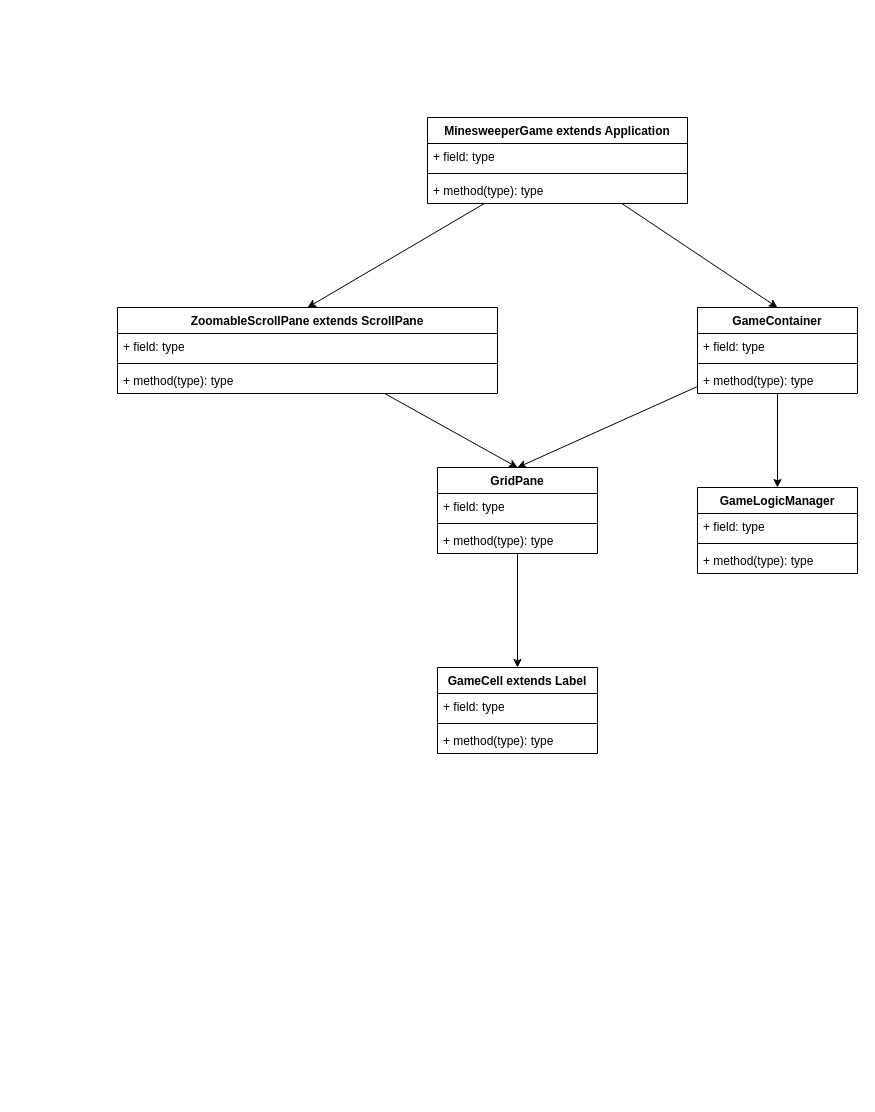
This is page "Program Objects" (4 of 4) of docs/minesweeperfx.drawio from ambertia/MinesweeperFX, a draw.io file, before an edit. Source tidied: cells renumbered, new cells numbered last; positions are measured from the earlier drawing's top-left corner, leaving out a move shared by most shapes. Both pictures are drawn from the tidied source at 100%, with x=0, y=0 at pixel (117, -347).
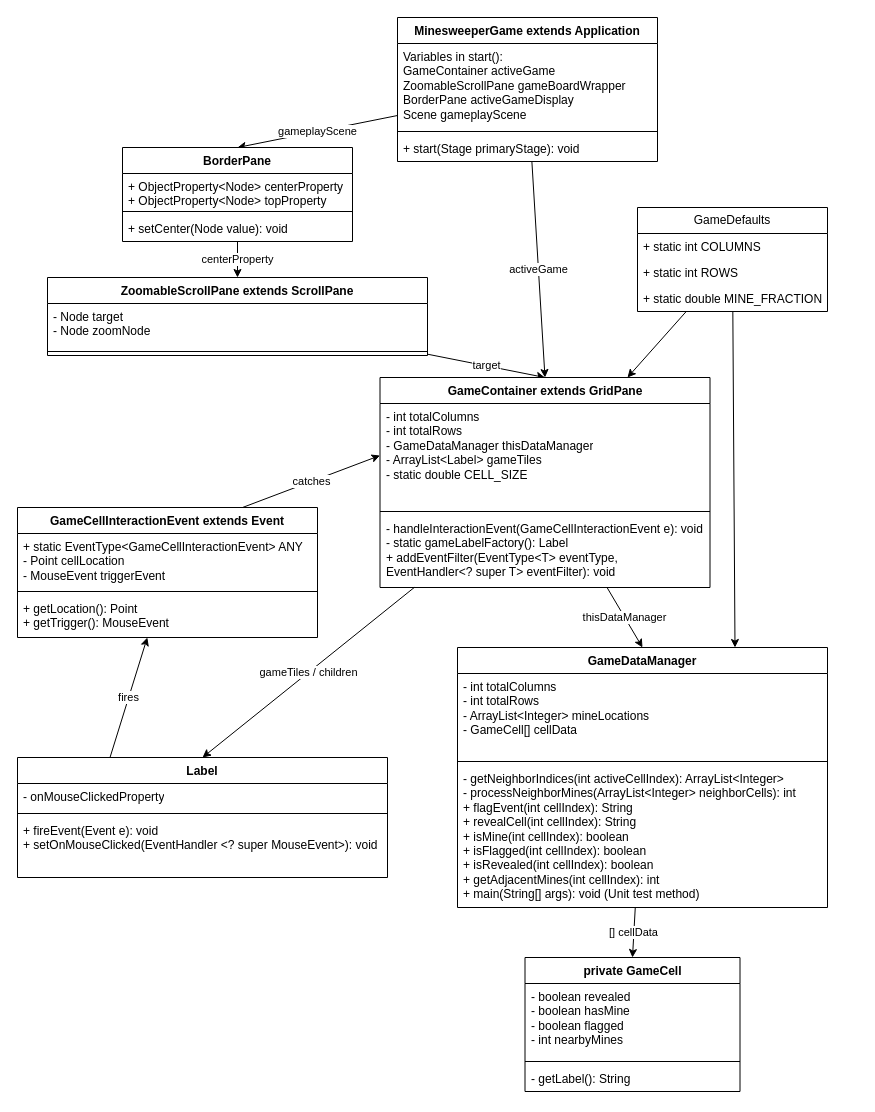
Above is the later version.

What changed in the source:
```diff
@@
-    <mxCell id="5" style="rounded=0;jettySize=auto;html=1;entryX=0.5;entryY=0;entryDx=0;entryDy=0;" parent="1" edge="1" source="7" target="12">
+    <mxCell id="5" value="gameplayScene" style="rounded=0;jettySize=auto;html=1;entryX=0.5;entryY=0;entryDx=0;entryDy=0;" parent="1" edge="1" source="7" target="40">
       <mxGeometry relative="1" as="geometry" />
     </mxCell>
-    <mxCell id="6" style="rounded=0;jettySize=auto;html=1;entryX=0.5;entryY=0;entryDx=0;entryDy=0;" parent="1" edge="1" source="7" target="27">
-      <mxGeometry relative="1" as="geometry" />
-    </mxCell>
+    <mxCell id="35" value="activeGame" style="rounded=0;jettySize=auto;html=1;entryX=0.5;entryY=0;entryDx=0;entryDy=0;" parent="1" edge="1" source="7" target="17">
+      <mxGeometry relative="1" as="geometry" />
+    </mxCell>
     <mxCell id="7" value="MinesweeperGame extends Application" style="swimlane;fontStyle=1;align=center;verticalAlign=top;horizontal=1;startSize=26;whiteSpace=wrap;html=1;" parent="1" vertex="1">
-      <mxGeometry x="310" y="464" width="260" height="86" as="geometry" />
+      <mxGeometry x="280" y="364" width="260" height="144" as="geometry" />
     </mxCell>
-    <mxCell id="8" value="+ field: type" style="text;strokeColor=none;fillColor=none;align=left;verticalAlign=top;spacingLeft=4;spacingRight=4;overflow=hidden;whiteSpace=wrap;html=1;" parent="7" vertex="1">
-      <mxGeometry y="26" width="260" height="26" as="geometry" />
+    <mxCell id="8" value="Variables in start():&lt;br&gt;GameContainer activeGame&lt;br&gt;ZoomableScrollPane gameBoardWrapper&lt;br&gt;BorderPane activeGameDisplay&lt;br&gt;Scene gameplayScene" style="text;strokeColor=none;fillColor=none;align=left;verticalAlign=top;spacingLeft=4;spacingRight=4;overflow=hidden;whiteSpace=wrap;html=1;" parent="7" vertex="1">
+      <mxGeometry y="26" width="260" height="84" as="geometry" />
     </mxCell>
     <mxCell id="9" style="line;strokeWidth=1;fillColor=none;align=left;verticalAlign=middle;spacingTop=-1;spacingLeft=3;spacingRight=3;labelPosition=right;strokeColor=inherit;" parent="7" vertex="1">
-      <mxGeometry y="52" width="260" height="8" as="geometry" />
+      <mxGeometry y="110" width="260" height="8" as="geometry" />
     </mxCell>
-    <mxCell id="10" value="+ method(type): type" style="text;strokeColor=none;fillColor=none;align=left;verticalAlign=top;spacingLeft=4;spacingRight=4;overflow=hidden;whiteSpace=wrap;html=1;" parent="7" vertex="1">
-      <mxGeometry y="60" width="260" height="26" as="geometry" />
+    <mxCell id="10" value="+ start(Stage primaryStage): void" style="text;strokeColor=none;fillColor=none;align=left;verticalAlign=top;spacingLeft=4;spacingRight=4;overflow=hidden;whiteSpace=wrap;html=1;" parent="7" vertex="1">
+      <mxGeometry y="118" width="260" height="26" as="geometry" />
     </mxCell>
-    <mxCell id="11" style="rounded=0;jettySize=auto;html=1;entryX=0.5;entryY=0;entryDx=0;entryDy=0;" parent="1" edge="1" source="12" target="17">
+    <mxCell id="11" value="target" style="rounded=0;jettySize=auto;html=1;entryX=0.5;entryY=0;entryDx=0;entryDy=0;" parent="1" edge="1" source="12" target="17">
       <mxGeometry relative="1" as="geometry" />
     </mxCell>
     <mxCell id="12" value="ZoomableScrollPane extends ScrollPane" style="swimlane;fontStyle=1;align=center;verticalAlign=top;horizontal=1;startSize=26;whiteSpace=wrap;html=1;" parent="1" vertex="1">
-      <mxGeometry y="654" width="380" height="86" as="geometry" />
+      <mxGeometry x="-70" y="624" width="380" height="78" as="geometry" />
     </mxCell>
-    <mxCell id="13" value="+ field: type" style="text;strokeColor=none;fillColor=none;align=left;verticalAlign=top;spacingLeft=4;spacingRight=4;overflow=hidden;whiteSpace=wrap;html=1;" parent="12" vertex="1">
-      <mxGeometry y="26" width="380" height="26" as="geometry" />
+    <mxCell id="13" value="- Node target&lt;br&gt;- Node zoomNode" style="text;strokeColor=none;fillColor=none;align=left;verticalAlign=top;spacingLeft=4;spacingRight=4;overflow=hidden;whiteSpace=wrap;html=1;" parent="12" vertex="1">
+      <mxGeometry y="26" width="380" height="44" as="geometry" />
     </mxCell>
     <mxCell id="14" style="line;strokeWidth=1;fillColor=none;align=left;verticalAlign=middle;spacingTop=-1;spacingLeft=3;spacingRight=3;labelPosition=right;strokeColor=inherit;" parent="12" vertex="1">
-      <mxGeometry y="52" width="380" height="8" as="geometry" />
+      <mxGeometry y="70" width="380" height="8" as="geometry" />
     </mxCell>
-    <mxCell id="15" value="+ method(type): type" style="text;strokeColor=none;fillColor=none;align=left;verticalAlign=top;spacingLeft=4;spacingRight=4;overflow=hidden;whiteSpace=wrap;html=1;" parent="12" vertex="1">
-      <mxGeometry y="60" width="380" height="26" as="geometry" />
-    </mxCell>
-    <mxCell id="16" style="rounded=0;jettySize=auto;html=1;entryX=0.5;entryY=0;entryDx=0;entryDy=0;" parent="1" edge="1" source="17" target="21">
+    <mxCell id="16" value="gameTiles / children" style="rounded=0;jettySize=auto;html=1;entryX=0.5;entryY=0;entryDx=0;entryDy=0;" parent="1" edge="1" source="17" target="21">
       <mxGeometry relative="1" as="geometry" />
     </mxCell>
+    <mxCell id="36" value="thisDataManager" style="rounded=0;jettySize=auto;html=1;entryX=0.5;entryY=0;entryDx=0;entryDy=0;" parent="1" edge="1" source="17" target="31">
+      <mxGeometry relative="1" as="geometry" />
+    </mxCell>
-    <mxCell id="17" value="GridPane" style="swimlane;fontStyle=1;align=center;verticalAlign=top;horizontal=1;startSize=26;whiteSpace=wrap;html=1;" parent="1" vertex="1">
-      <mxGeometry x="320" y="814" width="160" height="86" as="geometry" />
+    <mxCell id="17" value="GameContainer extends GridPane" style="swimlane;fontStyle=1;align=center;verticalAlign=top;horizontal=1;startSize=26;whiteSpace=wrap;html=1;" parent="1" vertex="1">
+      <mxGeometry x="262.5" y="724" width="330" height="210" as="geometry" />
     </mxCell>
-    <mxCell id="18" value="+ field: type" style="text;strokeColor=none;fillColor=none;align=left;verticalAlign=top;spacingLeft=4;spacingRight=4;overflow=hidden;points=[[0,0.5],[1,0.5]];portConstraint=eastwest;whiteSpace=wrap;html=1;" parent="17" vertex="1">
-      <mxGeometry y="26" width="160" height="26" as="geometry" />
+    <mxCell id="18" value="- int totalColumns&lt;br&gt;- int totalRows&lt;br&gt;- GameDataManager thisDataManager&lt;br&gt;- ArrayList&amp;lt;Label&amp;gt; gameTiles&lt;br&gt;- static double CELL_SIZE" style="text;strokeColor=none;fillColor=none;align=left;verticalAlign=top;spacingLeft=4;spacingRight=4;overflow=hidden;points=[[0,0.5],[1,0.5]];portConstraint=eastwest;whiteSpace=wrap;html=1;" parent="17" vertex="1">
+      <mxGeometry y="26" width="330" height="104" as="geometry" />
     </mxCell>
     <mxCell id="19" style="line;strokeWidth=1;fillColor=none;align=left;verticalAlign=middle;spacingTop=-1;spacingLeft=3;spacingRight=3;labelPosition=right;strokeColor=inherit;" parent="17" vertex="1">
-      <mxGeometry y="52" width="160" height="8" as="geometry" />
+      <mxGeometry y="130" width="330" height="8" as="geometry" />
     </mxCell>
-    <mxCell id="20" value="+ method(type): type" style="text;strokeColor=none;fillColor=none;align=left;verticalAlign=top;spacingLeft=4;spacingRight=4;overflow=hidden;whiteSpace=wrap;html=1;" parent="17" vertex="1">
-      <mxGeometry y="60" width="160" height="26" as="geometry" />
+    <mxCell id="20" value="- handleInteractionEvent(GameCellInteractionEvent e): void&lt;br&gt;- static gameLabelFactory(): Label&lt;br&gt;+ addEventFilter(EventType&amp;lt;T&amp;gt; eventType, EventHandler&amp;lt;? super T&amp;gt; eventFilter): void" style="text;strokeColor=none;fillColor=none;align=left;verticalAlign=top;spacingLeft=4;spacingRight=4;overflow=hidden;whiteSpace=wrap;html=1;" parent="17" vertex="1">
+      <mxGeometry y="138" width="330" height="72" as="geometry" />
     </mxCell>
+    <mxCell id="37" value="fires" style="rounded=0;jettySize=auto;html=1;exitX=0.25;exitY=0;exitDx=0;exitDy=0;" parent="1" edge="1" source="21" target="45">
+      <mxGeometry relative="1" as="geometry" />
+    </mxCell>
-    <mxCell id="21" value="GameCell extends Label" style="swimlane;fontStyle=1;align=center;verticalAlign=top;horizontal=1;startSize=26;whiteSpace=wrap;html=1;" parent="1" vertex="1">
-      <mxGeometry x="320" y="1014" width="160" height="86" as="geometry" />
+    <mxCell id="21" value="Label" style="swimlane;fontStyle=1;align=center;verticalAlign=top;horizontal=1;startSize=26;whiteSpace=wrap;html=1;" parent="1" vertex="1">
+      <mxGeometry x="-100" y="1104" width="370" height="120" as="geometry" />
     </mxCell>
-    <mxCell id="22" value="+ field: type" style="text;strokeColor=none;fillColor=none;align=left;verticalAlign=top;spacingLeft=4;spacingRight=4;overflow=hidden;whiteSpace=wrap;html=1;" parent="21" vertex="1">
-      <mxGeometry y="26" width="160" height="26" as="geometry" />
+    <mxCell id="22" value="- onMouseClickedProperty" style="text;strokeColor=none;fillColor=none;align=left;verticalAlign=top;spacingLeft=4;spacingRight=4;overflow=hidden;whiteSpace=wrap;html=1;" parent="21" vertex="1">
+      <mxGeometry y="26" width="370" height="26" as="geometry" />
     </mxCell>
     <mxCell id="23" style="line;strokeWidth=1;fillColor=none;align=left;verticalAlign=middle;spacingTop=-1;spacingLeft=3;spacingRight=3;labelPosition=right;strokeColor=inherit;" parent="21" vertex="1">
-      <mxGeometry y="52" width="160" height="8" as="geometry" />
+      <mxGeometry y="52" width="370" height="8" as="geometry" />
     </mxCell>
-    <mxCell id="24" value="+ method(type): type" style="text;strokeColor=none;fillColor=none;align=left;verticalAlign=top;spacingLeft=4;spacingRight=4;overflow=hidden;whiteSpace=wrap;html=1;" parent="21" vertex="1">
-      <mxGeometry y="60" width="160" height="26" as="geometry" />
+    <mxCell id="24" value="+ fireEvent(Event e): void&lt;br&gt;+ setOnMouseClicked(EventHandler &amp;lt;? super MouseEvent&amp;gt;): void" style="text;strokeColor=none;fillColor=none;align=left;verticalAlign=top;spacingLeft=4;spacingRight=4;overflow=hidden;whiteSpace=wrap;html=1;" parent="21" vertex="1">
+      <mxGeometry y="60" width="370" height="60" as="geometry" />
     </mxCell>
-    <mxCell id="25" style="rounded=0;jettySize=auto;html=1;entryX=0.5;entryY=0;entryDx=0;entryDy=0;" parent="1" edge="1" source="27" target="17">
-      <mxGeometry relative="1" as="geometry" />
-    </mxCell>
-    <mxCell id="26" style="rounded=0;jettySize=auto;html=1;entryX=0.5;entryY=0;entryDx=0;entryDy=0;" parent="1" edge="1" source="27" target="31">
-      <mxGeometry relative="1" as="geometry" />
-    </mxCell>
-    <mxCell id="27" value="GameContainer" style="swimlane;fontStyle=1;align=center;verticalAlign=top;horizontal=1;startSize=26;whiteSpace=wrap;html=1;" parent="1" vertex="1">
-      <mxGeometry x="580" y="654" width="160" height="86" as="geometry" />
-    </mxCell>
-    <mxCell id="28" value="+ field: type" style="text;strokeColor=none;fillColor=none;align=left;verticalAlign=top;spacingLeft=4;spacingRight=4;overflow=hidden;whiteSpace=wrap;html=1;" parent="27" vertex="1">
-      <mxGeometry y="26" width="160" height="26" as="geometry" />
-    </mxCell>
-    <mxCell id="29" style="line;strokeWidth=1;fillColor=none;align=left;verticalAlign=middle;spacingTop=-1;spacingLeft=3;spacingRight=3;labelPosition=right;strokeColor=inherit;" parent="27" vertex="1">
-      <mxGeometry y="52" width="160" height="8" as="geometry" />
-    </mxCell>
-    <mxCell id="30" value="+ method(type): type" style="text;strokeColor=none;fillColor=none;align=left;verticalAlign=top;spacingLeft=4;spacingRight=4;overflow=hidden;whiteSpace=wrap;html=1;" parent="27" vertex="1">
-      <mxGeometry y="60" width="160" height="26" as="geometry" />
-    </mxCell>
+    <mxCell id="38" value="[] cellData" style="rounded=0;jettySize=auto;html=1;entryX=0.5;entryY=0;entryDx=0;entryDy=0;" parent="1" edge="1" source="31" target="49">
+      <mxGeometry relative="1" as="geometry" />
+    </mxCell>
-    <mxCell id="31" value="GameLogicManager" style="swimlane;fontStyle=1;align=center;verticalAlign=top;horizontal=1;startSize=26;whiteSpace=wrap;html=1;" parent="1" vertex="1">
-      <mxGeometry x="580" y="834" width="160" height="86" as="geometry" />
+    <mxCell id="31" value="GameDataManager" style="swimlane;fontStyle=1;align=center;verticalAlign=top;horizontal=1;startSize=26;whiteSpace=wrap;html=1;" parent="1" vertex="1">
+      <mxGeometry x="340" y="994" width="370" height="260" as="geometry" />
     </mxCell>
-    <mxCell id="32" value="+ field: type" style="text;strokeColor=none;fillColor=none;align=left;verticalAlign=top;spacingLeft=4;spacingRight=4;overflow=hidden;whiteSpace=wrap;html=1;" parent="31" vertex="1">
-      <mxGeometry y="26" width="160" height="26" as="geometry" />
+    <mxCell id="32" value="- int totalColumns&lt;br&gt;- int totalRows&lt;br&gt;- ArrayList&amp;lt;Integer&amp;gt; mineLocations&lt;br&gt;- GameCell[] cellData" style="text;strokeColor=none;fillColor=none;align=left;verticalAlign=top;spacingLeft=4;spacingRight=4;overflow=hidden;whiteSpace=wrap;html=1;" parent="31" vertex="1">
+      <mxGeometry y="26" width="370" height="84" as="geometry" />
     </mxCell>
     <mxCell id="33" style="line;strokeWidth=1;fillColor=none;align=left;verticalAlign=middle;spacingTop=-1;spacingLeft=3;spacingRight=3;labelPosition=right;strokeColor=inherit;" parent="31" vertex="1">
-      <mxGeometry y="52" width="160" height="8" as="geometry" />
+      <mxGeometry y="110" width="370" height="8" as="geometry" />
     </mxCell>
-    <mxCell id="34" value="+ method(type): type" style="text;strokeColor=none;fillColor=none;align=left;verticalAlign=top;spacingLeft=4;spacingRight=4;overflow=hidden;whiteSpace=wrap;html=1;" parent="31" vertex="1">
-      <mxGeometry y="60" width="160" height="26" as="geometry" />
+    <mxCell id="34" value="- getNeighborIndices(int activeCellIndex): ArrayList&amp;lt;Integer&amp;gt;&lt;br&gt;- processNeighborMines(ArrayList&amp;lt;Integer&amp;gt; neighborCells): int&lt;br&gt;+ flagEvent(int cellIndex): String&lt;br&gt;+ revealCell(int cellIndex): String&lt;br&gt;+ isMine(int cellIndex): boolean&lt;br&gt;+ isFlagged(int cellIndex): boolean&lt;br&gt;+ isRevealed(int cellIndex): boolean&lt;br&gt;+ getAdjacentMines(int cellIndex): int&lt;br&gt;+ main(String[] args): void (Unit test method)" style="text;strokeColor=none;fillColor=none;align=left;verticalAlign=top;spacingLeft=4;spacingRight=4;overflow=hidden;whiteSpace=wrap;html=1;" parent="31" vertex="1">
+      <mxGeometry y="118" width="370" height="142" as="geometry" />
     </mxCell>
+    <mxCell id="39" value="centerProperty" style="rounded=0;jettySize=auto;html=1;entryX=0.5;entryY=0;entryDx=0;entryDy=0;" parent="1" edge="1" source="40" target="12">
+      <mxGeometry relative="1" as="geometry" />
+    </mxCell>
+    <mxCell id="40" value="BorderPane" style="swimlane;fontStyle=1;align=center;verticalAlign=top;horizontal=1;startSize=26;whiteSpace=wrap;html=1;" parent="1" vertex="1">
+      <mxGeometry x="5" y="494" width="230" height="94" as="geometry" />
+    </mxCell>
+    <mxCell id="41" value="+ ObjectProperty&amp;lt;Node&amp;gt; centerProperty&lt;br&gt;+ ObjectProperty&amp;lt;Node&amp;gt; topProperty" style="text;strokeColor=none;fillColor=none;align=left;verticalAlign=top;spacingLeft=4;spacingRight=4;overflow=hidden;whiteSpace=wrap;html=1;" parent="40" vertex="1">
+      <mxGeometry y="26" width="230" height="34" as="geometry" />
+    </mxCell>
+    <mxCell id="42" style="line;strokeWidth=1;fillColor=none;align=left;verticalAlign=middle;spacingTop=-1;spacingLeft=3;spacingRight=3;labelPosition=right;strokeColor=inherit;" parent="40" vertex="1">
+      <mxGeometry y="60" width="230" height="8" as="geometry" />
+    </mxCell>
+    <mxCell id="43" value="+ setCenter(Node value): void" style="text;strokeColor=none;fillColor=none;align=left;verticalAlign=top;spacingLeft=4;spacingRight=4;overflow=hidden;whiteSpace=wrap;html=1;" parent="40" vertex="1">
+      <mxGeometry y="68" width="230" height="26" as="geometry" />
+    </mxCell>
+    <mxCell id="44" value="catches" style="rounded=0;jettySize=auto;html=1;exitX=0.75;exitY=0;exitDx=0;exitDy=0;entryX=0;entryY=0.5;entryDx=0;entryDy=0;" parent="1" edge="1" source="45" target="18">
+      <mxGeometry relative="1" as="geometry" />
+    </mxCell>
+    <mxCell id="45" value="GameCellInteractionEvent extends Event" style="swimlane;fontStyle=1;align=center;verticalAlign=top;horizontal=1;startSize=26;whiteSpace=wrap;html=1;" parent="1" vertex="1">
+      <mxGeometry x="-100" y="854" width="300" height="130" as="geometry" />
+    </mxCell>
+    <mxCell id="46" value="+ static EventType&amp;lt;GameCellInteractionEvent&amp;gt; ANY&lt;br&gt;- Point cellLocation&lt;br&gt;- MouseEvent triggerEvent" style="text;strokeColor=none;fillColor=none;align=left;verticalAlign=top;spacingLeft=4;spacingRight=4;overflow=hidden;whiteSpace=wrap;html=1;" parent="45" vertex="1">
+      <mxGeometry y="26" width="300" height="54" as="geometry" />
+    </mxCell>
+    <mxCell id="47" style="line;strokeWidth=1;fillColor=none;align=left;verticalAlign=middle;spacingTop=-1;spacingLeft=3;spacingRight=3;labelPosition=right;strokeColor=inherit;" parent="45" vertex="1">
+      <mxGeometry y="80" width="300" height="8" as="geometry" />
+    </mxCell>
+    <mxCell id="48" value="+ getLocation(): Point&lt;br&gt;+ getTrigger(): MouseEvent" style="text;strokeColor=none;fillColor=none;align=left;verticalAlign=top;spacingLeft=4;spacingRight=4;overflow=hidden;whiteSpace=wrap;html=1;" parent="45" vertex="1">
+      <mxGeometry y="88" width="300" height="42" as="geometry" />
+    </mxCell>
+    <mxCell id="49" value="private GameCell" style="swimlane;fontStyle=1;align=center;verticalAlign=top;horizontal=1;startSize=26;whiteSpace=wrap;html=1;" parent="1" vertex="1">
+      <mxGeometry x="407.5" y="1304" width="215" height="134" as="geometry" />
+    </mxCell>
+    <mxCell id="50" value="- boolean revealed&lt;br&gt;- boolean hasMine&lt;br&gt;- boolean flagged&lt;br&gt;- int nearbyMines" style="text;strokeColor=none;fillColor=none;align=left;verticalAlign=top;spacingLeft=4;spacingRight=4;overflow=hidden;whiteSpace=wrap;html=1;" parent="49" vertex="1">
+      <mxGeometry y="26" width="215" height="74" as="geometry" />
+    </mxCell>
+    <mxCell id="51" style="line;strokeWidth=1;fillColor=none;align=left;verticalAlign=middle;spacingTop=-1;spacingLeft=3;spacingRight=3;labelPosition=right;strokeColor=inherit;" parent="49" vertex="1">
+      <mxGeometry y="100" width="215" height="8" as="geometry" />
+    </mxCell>
+    <mxCell id="52" value="- getLabel(): String" style="text;strokeColor=none;fillColor=none;align=left;verticalAlign=top;spacingLeft=4;spacingRight=4;overflow=hidden;whiteSpace=wrap;html=1;" parent="49" vertex="1">
+      <mxGeometry y="108" width="215" height="26" as="geometry" />
+    </mxCell>
+    <mxCell id="53" style="rounded=0;jettySize=auto;html=1;entryX=0.75;entryY=0;entryDx=0;entryDy=0;" parent="1" edge="1" source="55" target="17">
+      <mxGeometry relative="1" as="geometry" />
+    </mxCell>
+    <mxCell id="54" style="rounded=0;jettySize=auto;html=1;entryX=0.75;entryY=0;entryDx=0;entryDy=0;" parent="1" edge="1" source="55" target="31">
+      <mxGeometry relative="1" as="geometry" />
+    </mxCell>
+    <mxCell id="55" value="GameDefaults" style="swimlane;fontStyle=0;horizontal=1;startSize=26;fillColor=none;whiteSpace=wrap;html=1;" parent="1" vertex="1">
+      <mxGeometry x="520" y="554" width="190" height="104" as="geometry" />
+    </mxCell>
+    <mxCell id="56" value="+ static int COLUMNS" style="text;strokeColor=none;fillColor=none;align=left;verticalAlign=top;spacingLeft=4;spacingRight=4;overflow=hidden;whiteSpace=wrap;html=1;" parent="55" vertex="1">
+      <mxGeometry y="26" width="190" height="26" as="geometry" />
+    </mxCell>
+    <mxCell id="57" value="+ static int ROWS" style="text;strokeColor=none;fillColor=none;align=left;verticalAlign=top;spacingLeft=4;spacingRight=4;overflow=hidden;whiteSpace=wrap;html=1;" parent="55" vertex="1">
+      <mxGeometry y="52" width="190" height="26" as="geometry" />
+    </mxCell>
+    <mxCell id="58" value="+ static double MINE_FRACTION" style="text;strokeColor=none;fillColor=none;align=left;verticalAlign=top;spacingLeft=4;spacingRight=4;overflow=hidden;whiteSpace=wrap;html=1;" parent="55" vertex="1">
+      <mxGeometry y="78" width="190" height="26" as="geometry" />
+    </mxCell>
```
